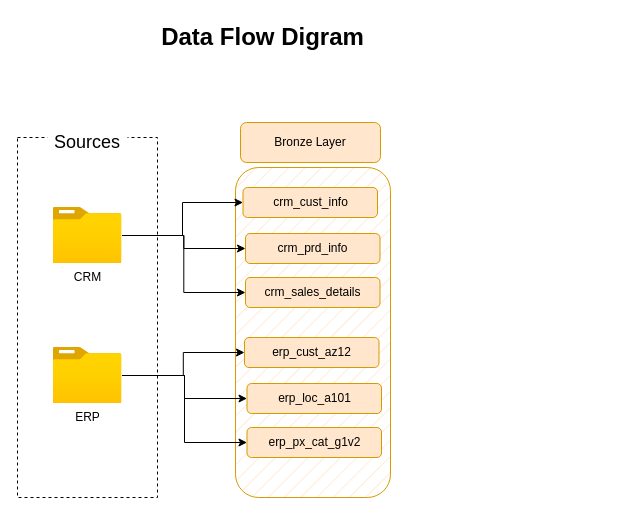
Before: docs/Data_Flow.drawio in OmarAI-git/sql-data-warehouse-project, a draw.io diagram. Source tidied: cells renumbered, new cells numbered last; positions are measured from the earlier drawing's top-left corner, leaving out a move shared by most shapes. Both pictures are drawn from the tidied source at 100%, with x=0, y=0 at pixel (17, 17).
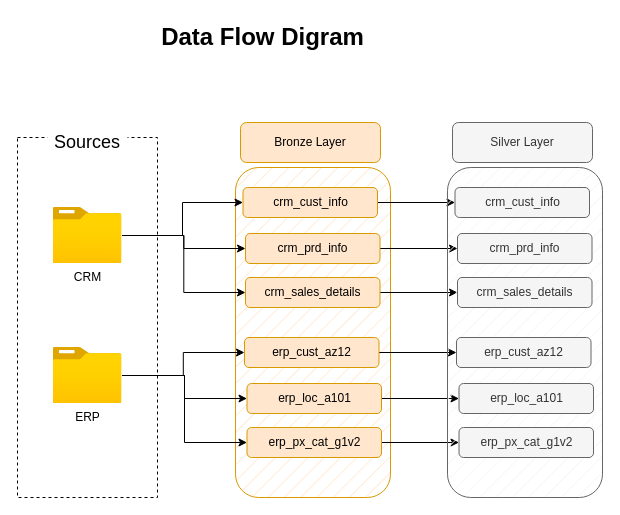
The same diagram, later.

Unchanged cells that the change refers to:
```xml
<mxCell id="7" value="crm_cust_info" style="rounded=1;whiteSpace=wrap;html=1;fillColor=#ffe6cc;strokeColor=#d79b00;fillStyle=auto;" parent="1" vertex="1">
  <mxGeometry x="225.5" y="170" width="134.5" height="30" as="geometry" />
</mxCell>
<mxCell id="15" value="crm_prd_info" style="rounded=1;whiteSpace=wrap;html=1;fillColor=#ffe6cc;strokeColor=#d79b00;fillStyle=auto;" parent="1" vertex="1">
  <mxGeometry x="228" y="216" width="134.5" height="30" as="geometry" />
</mxCell>
<mxCell id="16" value="crm_sales_details" style="rounded=1;whiteSpace=wrap;html=1;fillColor=#ffe6cc;strokeColor=#d79b00;fillStyle=auto;" parent="1" vertex="1">
  <mxGeometry x="228" y="260" width="134.5" height="30" as="geometry" />
</mxCell>
<mxCell id="17" value="erp_cust_az12" style="rounded=1;whiteSpace=wrap;html=1;fillColor=#ffe6cc;strokeColor=#d79b00;fillStyle=auto;" parent="1" vertex="1">
  <mxGeometry x="227" y="320" width="134.5" height="30" as="geometry" />
</mxCell>
<mxCell id="18" value="erp_loc_a101" style="rounded=1;whiteSpace=wrap;html=1;fillColor=#ffe6cc;strokeColor=#d79b00;fillStyle=auto;" parent="1" vertex="1">
  <mxGeometry x="229.5" y="366" width="134.5" height="30" as="geometry" />
</mxCell>
<mxCell id="19" value="erp_px_cat_g1v2" style="rounded=1;whiteSpace=wrap;html=1;fillColor=#ffe6cc;strokeColor=#d79b00;fillStyle=auto;" parent="1" vertex="1">
  <mxGeometry x="229.5" y="410" width="134.5" height="30" as="geometry" />
</mxCell>
```

Change to the diagram source:
```diff
@@
+    <mxCell id="21" style="edgeStyle=orthogonalEdgeStyle;rounded=0;jettySize=auto;html=1;entryX=0;entryY=0.5;entryDx=0;entryDy=0;" parent="1" edge="1" source="7" target="29">
+      <mxGeometry relative="1" as="geometry" />
+    </mxCell>
@@
+    <mxCell id="22" style="edgeStyle=orthogonalEdgeStyle;rounded=0;jettySize=auto;html=1;entryX=0;entryY=0.5;entryDx=0;entryDy=0;" parent="1" edge="1" source="15" target="30">
+      <mxGeometry relative="1" as="geometry" />
+    </mxCell>
@@
+    <mxCell id="23" style="edgeStyle=orthogonalEdgeStyle;rounded=0;jettySize=auto;html=1;entryX=0;entryY=0.5;entryDx=0;entryDy=0;" parent="1" edge="1" source="16" target="31">
+      <mxGeometry relative="1" as="geometry" />
+    </mxCell>
@@
+    <mxCell id="24" style="edgeStyle=orthogonalEdgeStyle;rounded=0;jettySize=auto;html=1;entryX=0;entryY=0.5;entryDx=0;entryDy=0;" parent="1" edge="1" source="17" target="32">
+      <mxGeometry relative="1" as="geometry" />
+    </mxCell>
@@
+    <mxCell id="25" style="edgeStyle=orthogonalEdgeStyle;rounded=0;jettySize=auto;html=1;entryX=0;entryY=0.5;entryDx=0;entryDy=0;" parent="1" edge="1" source="18" target="33">
+      <mxGeometry relative="1" as="geometry" />
+    </mxCell>
@@
+    <mxCell id="26" style="edgeStyle=orthogonalEdgeStyle;rounded=0;jettySize=auto;html=1;entryX=0;entryY=0.5;entryDx=0;entryDy=0;" parent="1" edge="1" source="19" target="34">
+      <mxGeometry relative="1" as="geometry" />
+    </mxCell>
@@
+    <mxCell id="27" style="rounded=1;whiteSpace=wrap;html=1;fillColor=#f5f5f5;fillStyle=hatch;strokeColor=#666666;fontColor=#333333;" parent="1" vertex="1">
+      <mxGeometry x="430" y="150" width="155" height="330" as="geometry" />
+    </mxCell>
+    <mxCell id="28" value="Silver Layer" style="rounded=1;whiteSpace=wrap;html=1;fillColor=#f5f5f5;strokeColor=#666666;fillStyle=auto;fontColor=#333333;" parent="1" vertex="1">
+      <mxGeometry x="435" y="105" width="140" height="40" as="geometry" />
+    </mxCell>
+    <mxCell id="29" value="crm_cust_info" style="rounded=1;whiteSpace=wrap;html=1;fillColor=#f5f5f5;strokeColor=#666666;fillStyle=auto;fontColor=#333333;" parent="1" vertex="1">
+      <mxGeometry x="437.5" y="170" width="134.5" height="30" as="geometry" />
+    </mxCell>
+    <mxCell id="30" value="crm_prd_info" style="rounded=1;whiteSpace=wrap;html=1;fillColor=#f5f5f5;strokeColor=#666666;fillStyle=auto;fontColor=#333333;" parent="1" vertex="1">
+      <mxGeometry x="440" y="216" width="134.5" height="30" as="geometry" />
+    </mxCell>
+    <mxCell id="31" value="crm_sales_details" style="rounded=1;whiteSpace=wrap;html=1;fillColor=#f5f5f5;strokeColor=#666666;fillStyle=auto;fontColor=#333333;" parent="1" vertex="1">
+      <mxGeometry x="440" y="260" width="134.5" height="30" as="geometry" />
+    </mxCell>
+    <mxCell id="32" value="erp_cust_az12" style="rounded=1;whiteSpace=wrap;html=1;fillColor=#f5f5f5;strokeColor=#666666;fillStyle=auto;fontColor=#333333;" parent="1" vertex="1">
+      <mxGeometry x="439" y="320" width="134.5" height="30" as="geometry" />
+    </mxCell>
+    <mxCell id="33" value="erp_loc_a101" style="rounded=1;whiteSpace=wrap;html=1;fillColor=#f5f5f5;strokeColor=#666666;fillStyle=auto;fontColor=#333333;" parent="1" vertex="1">
+      <mxGeometry x="441.5" y="366" width="134.5" height="30" as="geometry" />
+    </mxCell>
+    <mxCell id="34" value="erp_px_cat_g1v2" style="rounded=1;whiteSpace=wrap;html=1;fillColor=#f5f5f5;strokeColor=#666666;fillStyle=auto;fontColor=#333333;" parent="1" vertex="1">
+      <mxGeometry x="441.5" y="410" width="134.5" height="30" as="geometry" />
+    </mxCell>
```
